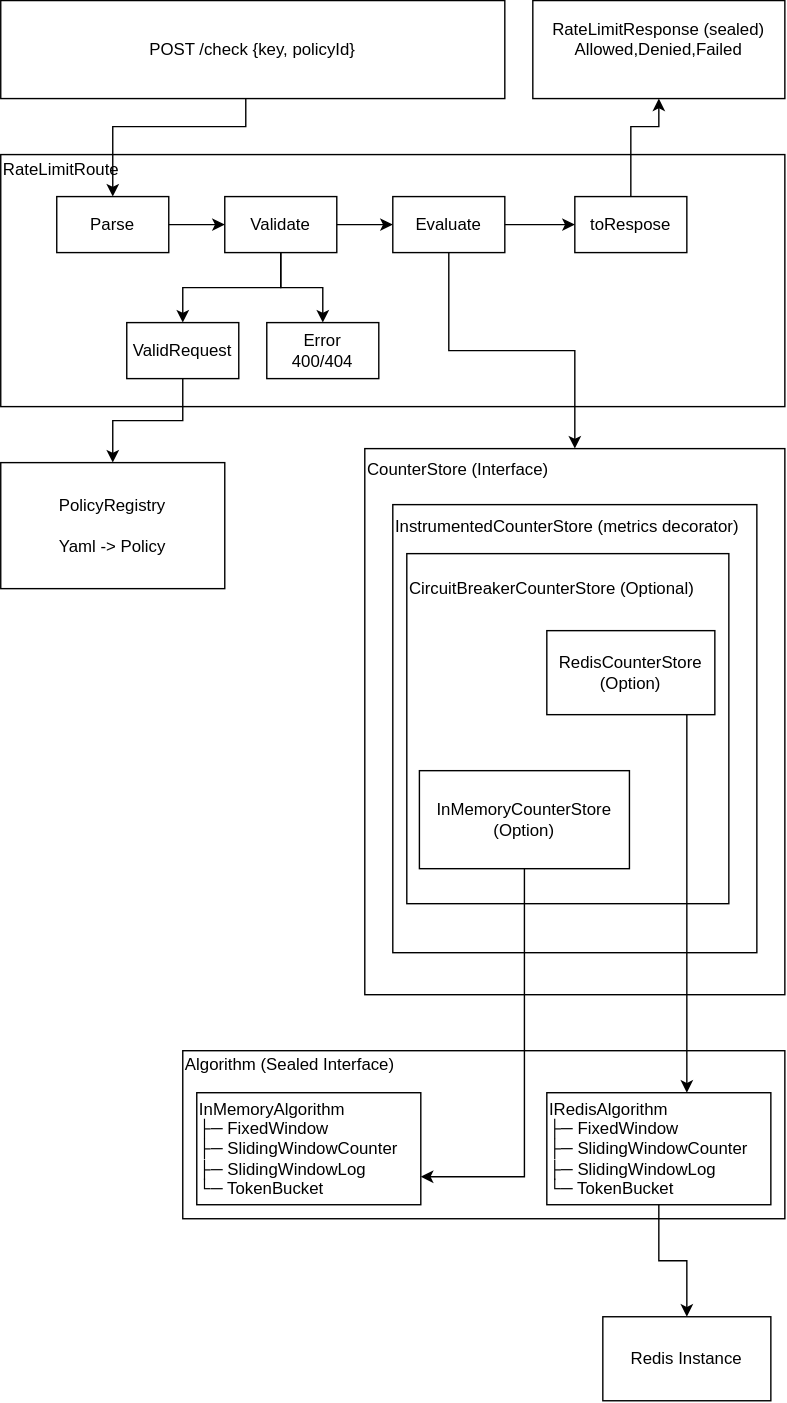
Before: docs/hld.drawio.svg, a diagram exported from draw.io (SimonJPegg/sluice). Source tidied: cells renumbered, new cells last; positions are measured from the earlier drawing's top-left corner, leaving out a move shared by most shapes.
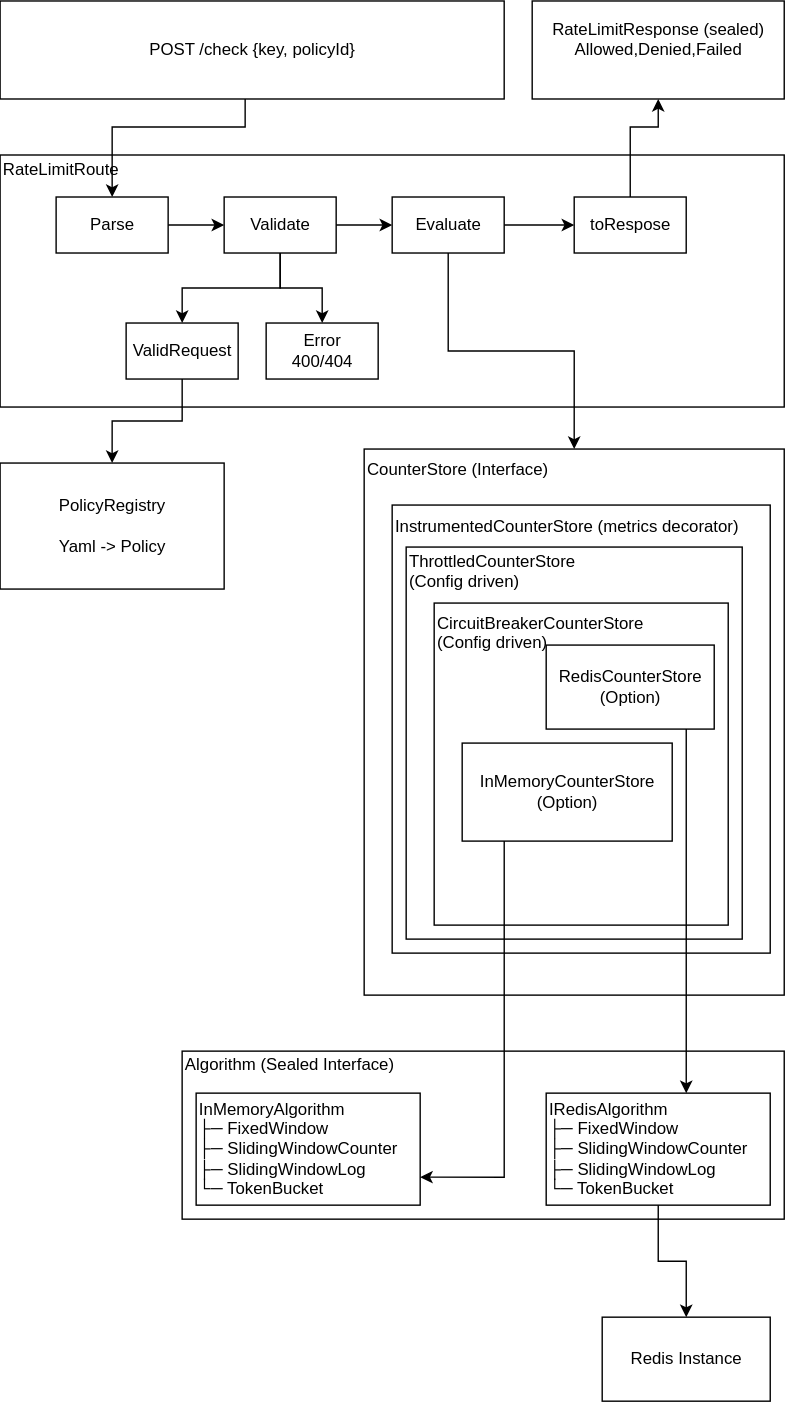
After the change.

The edit, as a diff of the source:
```diff
@@ -70,10 +70,10 @@
       <mxGeometry x="260" y="320" width="300" height="390" as="geometry" />
     </mxCell>
     <mxCell id="21" value="&lt;div&gt;InstrumentedCounterStore (metrics decorator)&lt;/div&gt;&lt;div&gt;&lt;br&gt;&lt;/div&gt;&lt;div&gt;&lt;br&gt;&lt;/div&gt;&lt;div&gt;&lt;br&gt;&lt;/div&gt;&lt;div&gt;&lt;br&gt;&lt;/div&gt;&lt;div&gt;&lt;br&gt;&lt;/div&gt;&lt;div&gt;&lt;br&gt;&lt;/div&gt;&lt;div&gt;&lt;br&gt;&lt;/div&gt;&lt;div&gt;&lt;br&gt;&lt;/div&gt;&lt;div&gt;&lt;br&gt;&lt;/div&gt;&lt;div&gt;&lt;br&gt;&lt;/div&gt;&lt;div&gt;&lt;br&gt;&lt;/div&gt;&lt;div&gt;&lt;br&gt;&lt;/div&gt;&lt;div&gt;&lt;br&gt;&lt;/div&gt;&lt;div&gt;&lt;br&gt;&lt;/div&gt;&lt;div&gt;&lt;br&gt;&lt;/div&gt;&lt;div&gt;&lt;br&gt;&lt;/div&gt;&lt;div&gt;&lt;br&gt;&lt;/div&gt;&lt;div&gt;&lt;br&gt;&lt;/div&gt;&lt;div&gt;&lt;br&gt;&lt;/div&gt;&lt;div&gt;&lt;br&gt;&lt;/div&gt;" style="rounded=0;whiteSpace=wrap;html=1;align=left;fillColor=none;" parent="1" vertex="1">
-      <mxGeometry x="280" y="360" width="260" height="320" as="geometry" />
+      <mxGeometry x="280" y="360" width="270" height="320" as="geometry" />
     </mxCell>
-    <mxCell id="22" value="&lt;div&gt;CircuitBreakerCounterStore (Optional)&lt;/div&gt;&lt;div&gt;&lt;br&gt;&lt;/div&gt;&lt;div&gt;&lt;br&gt;&lt;/div&gt;&lt;div&gt;&lt;br&gt;&lt;/div&gt;&lt;div&gt;&lt;br&gt;&lt;/div&gt;&lt;div&gt;&lt;br&gt;&lt;/div&gt;&lt;div&gt;&lt;br&gt;&lt;/div&gt;&lt;div&gt;&lt;br&gt;&lt;/div&gt;&lt;div&gt;&lt;br&gt;&lt;/div&gt;&lt;div&gt;&lt;br&gt;&lt;/div&gt;&lt;div&gt;&lt;br&gt;&lt;/div&gt;&lt;div&gt;&lt;br&gt;&lt;/div&gt;&lt;div&gt;&lt;br&gt;&lt;/div&gt;&lt;div&gt;&lt;br&gt;&lt;/div&gt;&lt;div&gt;&lt;br&gt;&lt;/div&gt;" style="rounded=0;whiteSpace=wrap;html=1;align=left;fillColor=none;" parent="1" vertex="1">
-      <mxGeometry x="290" y="395" width="230" height="250" as="geometry" />
+    <mxCell id="22" value="&lt;div&gt;CircuitBreakerCounterStore&amp;nbsp;&lt;/div&gt;&lt;div&gt;(Config driven)&lt;/div&gt;&lt;div&gt;&lt;br&gt;&lt;/div&gt;&lt;div&gt;&lt;br&gt;&lt;/div&gt;&lt;div&gt;&lt;br&gt;&lt;/div&gt;&lt;div&gt;&lt;br&gt;&lt;/div&gt;&lt;div&gt;&lt;br&gt;&lt;/div&gt;&lt;div&gt;&lt;br&gt;&lt;/div&gt;&lt;div&gt;&lt;br&gt;&lt;/div&gt;&lt;div&gt;&lt;br&gt;&lt;/div&gt;&lt;div&gt;&lt;br&gt;&lt;/div&gt;&lt;div&gt;&lt;br&gt;&lt;/div&gt;&lt;div&gt;&lt;br&gt;&lt;/div&gt;&lt;div&gt;&lt;br&gt;&lt;/div&gt;&lt;div&gt;&lt;br&gt;&lt;/div&gt;" style="rounded=0;whiteSpace=wrap;html=1;align=left;fillColor=none;" parent="1" vertex="1">
+      <mxGeometry x="310" y="430" width="210" height="230" as="geometry" />
     </mxCell>
     <mxCell id="23" value="&lt;div&gt;Algorithm (Sealed Interface)&lt;/div&gt;&lt;div&gt;&lt;br&gt;&lt;/div&gt;&lt;div&gt;&lt;br&gt;&lt;/div&gt;&lt;div&gt;&lt;br&gt;&lt;/div&gt;&lt;div&gt;&lt;br&gt;&lt;/div&gt;&lt;div&gt;&lt;br&gt;&lt;/div&gt;&lt;div&gt;&lt;br&gt;&lt;/div&gt;&lt;div&gt;&lt;br&gt;&lt;/div&gt;" style="rounded=0;whiteSpace=wrap;html=1;align=left;fillColor=none;" parent="1" vertex="1">
       <mxGeometry x="130" y="750" width="430" height="120" as="geometry" />
@@ -96,14 +96,21 @@
       </mxGeometry>
     </mxCell>
     <mxCell id="28" value="&lt;div&gt;RedisCounterStore&lt;/div&gt;&lt;div&gt;(Option)&lt;/div&gt;" style="rounded=0;whiteSpace=wrap;html=1;fillColor=none;" parent="1" vertex="1">
-      <mxGeometry x="390" y="450" width="120" height="60" as="geometry" />
+      <mxGeometry x="390" y="460" width="120" height="60" as="geometry" />
     </mxCell>
     <mxCell id="29" style="edgeStyle=orthogonalEdgeStyle;rounded=0;jettySize=auto;html=1;entryX=1;entryY=0.75;entryDx=0;entryDy=0;" parent="1" edge="1" source="30" target="24">
-      <mxGeometry relative="1" as="geometry" />
+      <mxGeometry relative="1" as="geometry">
+        <Array as="points">
+          <mxPoint x="360" y="840" />
+        </Array>
+      </mxGeometry>
     </mxCell>
     <mxCell id="30" value="InMemoryCounterStore&lt;div&gt;(Option)&lt;/div&gt;" style="rounded=0;whiteSpace=wrap;html=1;fillColor=none;" parent="1" vertex="1">
-      <mxGeometry x="299" y="550" width="150" height="70" as="geometry" />
+      <mxGeometry x="330" y="530" width="150" height="70" as="geometry" />
     </mxCell>
+    <mxCell id="33" value="&lt;div&gt;ThrottledCounterStore&lt;/div&gt;&lt;div&gt;(Config driven)&lt;/div&gt;&lt;div&gt;&lt;br&gt;&lt;/div&gt;&lt;div&gt;&lt;br&gt;&lt;/div&gt;&lt;div&gt;&lt;br&gt;&lt;/div&gt;&lt;div&gt;&lt;br&gt;&lt;/div&gt;&lt;div&gt;&lt;br&gt;&lt;/div&gt;&lt;div&gt;&lt;br&gt;&lt;/div&gt;&lt;div&gt;&lt;br&gt;&lt;/div&gt;&lt;div&gt;&lt;br&gt;&lt;/div&gt;&lt;div&gt;&lt;br&gt;&lt;/div&gt;&lt;div&gt;&lt;br&gt;&lt;/div&gt;&lt;div&gt;&lt;br&gt;&lt;/div&gt;&lt;div&gt;&lt;br&gt;&lt;/div&gt;&lt;div&gt;&lt;br&gt;&lt;/div&gt;&lt;div&gt;&lt;br&gt;&lt;/div&gt;&lt;div&gt;&lt;br&gt;&lt;/div&gt;&lt;div&gt;&lt;br&gt;&lt;/div&gt;&lt;div&gt;&lt;br&gt;&lt;/div&gt;" style="rounded=0;whiteSpace=wrap;html=1;align=left;fillColor=none;" parent="1" vertex="1">
+      <mxGeometry x="290" y="390" width="240" height="280" as="geometry" />
+    </mxCell>
     <mxCell id="31" value="Redis Instance" style="rounded=0;whiteSpace=wrap;html=1;fillColor=none;" parent="1" vertex="1">
       <mxGeometry x="430" y="940" width="120" height="60" as="geometry" />
     </mxCell>
```
